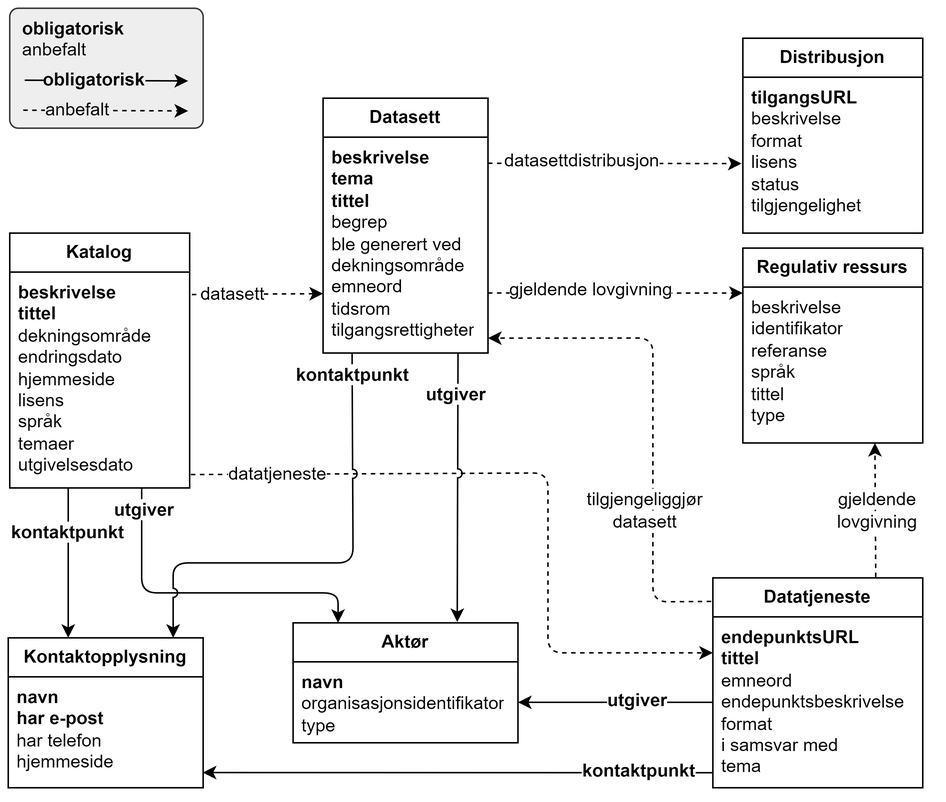
Earlier version of the draw.io export docs/images/DCAT-AP-NO-forenklet-fremstilling.png (Informasjonsforvaltning/dcat-ap-no). Source tidied: cells renumbered, new cells last; positions are measured from the earlier drawing's top-left corner, leaving out a move shared by most shapes.
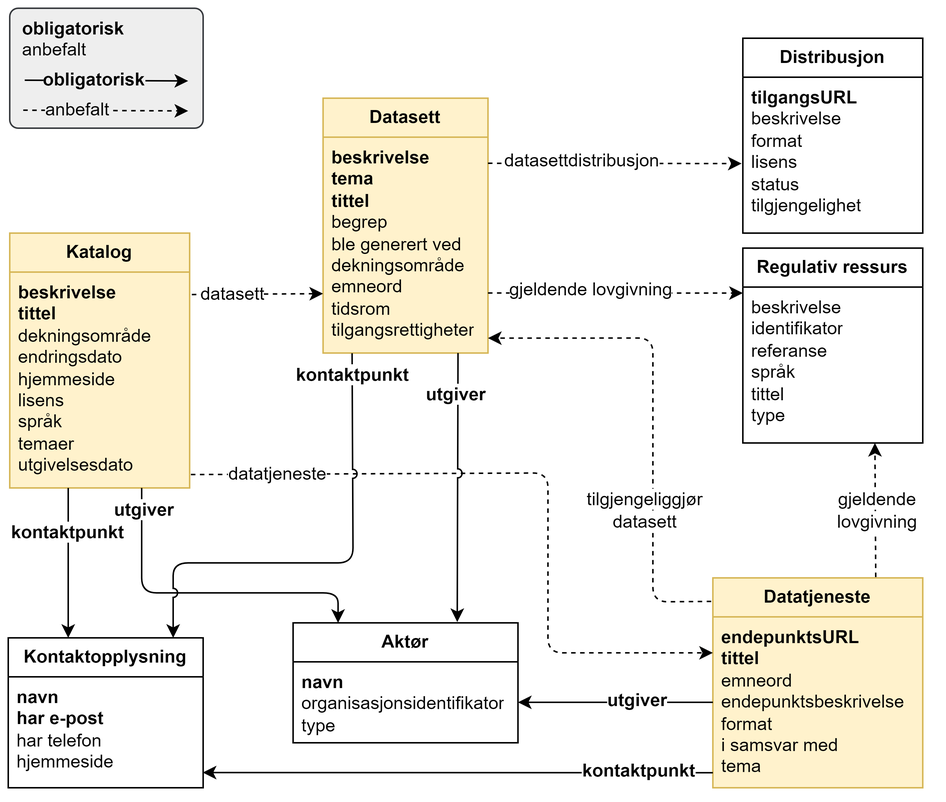
The same file after the commit.

Commit message:
Finjusterer Forenklet fremstilling-kapitlet

What changed in the source:
```diff
@@ -2,10 +2,10 @@
   <root>
     <mxCell id="0" />
     <mxCell id="1" parent="0" />
-    <mxCell id="2" value="&lt;b&gt;Katalog&lt;/b&gt;" style="swimlane;fontStyle=0;horizontal=1;startSize=26;fillColor=none;whiteSpace=wrap;html=1;" parent="1" vertex="1">
+    <mxCell id="2" value="&lt;b&gt;Katalog&lt;/b&gt;" style="swimlane;fontStyle=0;horizontal=1;startSize=26;fillColor=#fff2cc;whiteSpace=wrap;html=1;strokeColor=#d6b656;" parent="1" vertex="1">
       <mxGeometry x="1" y="150" width="120" height="170" as="geometry" />
     </mxCell>
-    <mxCell id="3" value="&lt;div style=&quot;&quot;&gt;&lt;span style=&quot;background-color: rgb(255, 255, 255);&quot;&gt;&lt;b&gt;beskrivelse&lt;/b&gt;&lt;/span&gt;&lt;/div&gt;&lt;div style=&quot;&quot;&gt;&lt;b&gt;tittel&lt;/b&gt;&lt;/div&gt;&lt;div style=&quot;&quot;&gt;&lt;span style=&quot;background-color: rgb(255, 255, 255);&quot;&gt;dekningsområde&lt;/span&gt;&lt;br&gt;&lt;/div&gt;&lt;div style=&quot;&quot;&gt;&lt;span style=&quot;background-color: rgb(255, 255, 255);&quot;&gt;endringsdato&lt;/span&gt;&lt;/div&gt;&lt;div style=&quot;&quot;&gt;&lt;span style=&quot;background-color: rgb(255, 255, 255);&quot;&gt;hjemmeside&lt;/span&gt;&lt;/div&gt;&lt;div style=&quot;&quot;&gt;&lt;span style=&quot;background-color: rgb(255, 255, 255);&quot;&gt;lisens&lt;/span&gt;&lt;/div&gt;&lt;div style=&quot;&quot;&gt;&lt;span style=&quot;background-color: rgb(255, 255, 255);&quot;&gt;språk&lt;/span&gt;&lt;/div&gt;&lt;div style=&quot;&quot;&gt;&lt;span style=&quot;background-color: rgb(255, 255, 255);&quot;&gt;temaer&lt;/span&gt;&lt;/div&gt;&lt;div style=&quot;&quot;&gt;&lt;span style=&quot;background-color: rgb(255, 255, 255);&quot;&gt;utgivelsesdato&lt;/span&gt;&lt;/div&gt;" style="text;strokeColor=none;fillColor=none;align=left;verticalAlign=top;spacingLeft=4;spacingRight=4;overflow=hidden;points=[[0,0.5],[1,0.5]];portConstraint=eastwest;whiteSpace=wrap;html=1;" parent="2" vertex="1">
+    <mxCell id="3" value="&lt;div style=&quot;&quot;&gt;&lt;b style=&quot;&quot;&gt;beskrivelse&lt;/b&gt;&lt;/div&gt;&lt;div style=&quot;&quot;&gt;&lt;b&gt;tittel&lt;/b&gt;&lt;/div&gt;&lt;div style=&quot;&quot;&gt;dekningsområde&lt;br&gt;&lt;/div&gt;&lt;div style=&quot;&quot;&gt;endringsdato&lt;/div&gt;&lt;div style=&quot;&quot;&gt;hjemmeside&lt;/div&gt;&lt;div style=&quot;&quot;&gt;lisens&lt;/div&gt;&lt;div style=&quot;&quot;&gt;språk&lt;/div&gt;&lt;div style=&quot;&quot;&gt;temaer&lt;/div&gt;&lt;div style=&quot;&quot;&gt;utgivelsesdato&lt;/div&gt;" style="text;strokeColor=#d6b656;fillColor=#fff2cc;align=left;verticalAlign=top;spacingLeft=4;spacingRight=4;overflow=hidden;points=[[0,0.5],[1,0.5]];portConstraint=eastwest;whiteSpace=wrap;html=1;" parent="2" vertex="1">
       <mxGeometry y="26" width="120" height="144" as="geometry" />
     </mxCell>
     <mxCell id="4" value="&lt;b&gt;Kontaktopplysning&lt;/b&gt;" style="swimlane;fontStyle=0;horizontal=1;startSize=26;fillColor=none;whiteSpace=wrap;html=1;" parent="1" vertex="1">
@@ -42,16 +42,16 @@
     <mxCell id="11" value="&lt;div&gt;&lt;span style=&quot;background-color: rgb(255, 255, 255);&quot;&gt;&lt;b&gt;utgiver&lt;/b&gt;&lt;/span&gt;&lt;/div&gt;" style="text;html=1;align=center;verticalAlign=middle;whiteSpace=wrap;rounded=0;" parent="1" vertex="1">
       <mxGeometry x="61" y="330" width="60" height="10" as="geometry" />
     </mxCell>
-    <mxCell id="12" value="&lt;b&gt;Datasett&lt;/b&gt;" style="swimlane;fontStyle=0;horizontal=1;startSize=26;fillColor=none;whiteSpace=wrap;html=1;" parent="1" vertex="1">
+    <mxCell id="12" value="&lt;b&gt;Datasett&lt;/b&gt;" style="swimlane;fontStyle=0;horizontal=1;startSize=26;fillColor=#fff2cc;whiteSpace=wrap;html=1;strokeColor=#d6b656;" parent="1" vertex="1">
       <mxGeometry x="210" y="60" width="110" height="170" as="geometry" />
     </mxCell>
-    <mxCell id="13" value="&lt;div style=&quot;&quot;&gt;&lt;span style=&quot;background-color: rgb(255, 255, 255);&quot;&gt;&lt;b&gt;beskrivelse&lt;/b&gt;&lt;/span&gt;&lt;/div&gt;&lt;div style=&quot;&quot;&gt;&lt;span style=&quot;background-color: rgb(255, 255, 255);&quot;&gt;&lt;b&gt;tema&lt;/b&gt;&lt;/span&gt;&lt;/div&gt;&lt;div style=&quot;&quot;&gt;&lt;b&gt;tittel&lt;/b&gt;&lt;/div&gt;&lt;div style=&quot;&quot;&gt;&lt;span style=&quot;background-color: rgb(255, 255, 255);&quot;&gt;begrep&lt;/span&gt;&lt;br&gt;&lt;/div&gt;&lt;div style=&quot;&quot;&gt;&lt;span style=&quot;background-color: rgb(255, 255, 255);&quot;&gt;ble generert ved&lt;/span&gt;&lt;/div&gt;&lt;div style=&quot;&quot;&gt;&lt;span style=&quot;background-color: rgb(255, 255, 255);&quot;&gt;dekningsområde&lt;/span&gt;&lt;/div&gt;&lt;div style=&quot;&quot;&gt;&lt;span style=&quot;background-color: rgb(255, 255, 255);&quot;&gt;emneord&lt;/span&gt;&lt;/div&gt;&lt;div style=&quot;&quot;&gt;&lt;span style=&quot;background-color: rgb(255, 255, 255);&quot;&gt;tidsrom&lt;/span&gt;&lt;/div&gt;&lt;div style=&quot;&quot;&gt;&lt;span style=&quot;background-color: rgb(255, 255, 255);&quot;&gt;tilgangsrettigheter&lt;/span&gt;&lt;/div&gt;" style="text;strokeColor=none;fillColor=none;align=left;verticalAlign=top;spacingLeft=4;spacingRight=4;overflow=hidden;points=[[0,0.5],[1,0.5]];portConstraint=eastwest;whiteSpace=wrap;html=1;" parent="12" vertex="1">
+    <mxCell id="13" value="&lt;div style=&quot;&quot;&gt;&lt;b style=&quot;&quot;&gt;beskrivelse&lt;/b&gt;&lt;/div&gt;&lt;div style=&quot;&quot;&gt;&lt;b&gt;tema&lt;/b&gt;&lt;/div&gt;&lt;div style=&quot;&quot;&gt;&lt;b&gt;tittel&lt;/b&gt;&lt;/div&gt;&lt;div style=&quot;&quot;&gt;begrep&lt;br&gt;&lt;/div&gt;&lt;div style=&quot;&quot;&gt;ble generert ved&lt;/div&gt;&lt;div style=&quot;&quot;&gt;dekningsområde&lt;/div&gt;&lt;div style=&quot;&quot;&gt;emneord&lt;/div&gt;&lt;div style=&quot;&quot;&gt;tidsrom&lt;/div&gt;&lt;div style=&quot;&quot;&gt;tilgangsrettigheter&lt;/div&gt;" style="text;strokeColor=#d6b656;fillColor=#fff2cc;align=left;verticalAlign=top;spacingLeft=4;spacingRight=4;overflow=hidden;points=[[0,0.5],[1,0.5]];portConstraint=eastwest;whiteSpace=wrap;html=1;" parent="12" vertex="1">
       <mxGeometry y="26" width="110" height="144" as="geometry" />
     </mxCell>
-    <mxCell id="14" value="&lt;b&gt;Datatjeneste&lt;/b&gt;" style="swimlane;fontStyle=0;horizontal=1;startSize=26;fillColor=none;whiteSpace=wrap;html=1;" parent="1" vertex="1">
+    <mxCell id="14" value="&lt;b&gt;Datatjeneste&lt;/b&gt;" style="swimlane;fontStyle=0;horizontal=1;startSize=26;fillColor=#fff2cc;whiteSpace=wrap;html=1;strokeColor=#d6b656;" parent="1" vertex="1">
       <mxGeometry x="470" y="380" width="140" height="140" as="geometry" />
     </mxCell>
-    <mxCell id="15" value="&lt;div style=&quot;&quot;&gt;&lt;span style=&quot;background-color: rgb(255, 255, 255);&quot;&gt;&lt;b&gt;endepunktsURL&lt;/b&gt;&lt;/span&gt;&lt;/div&gt;&lt;div style=&quot;&quot;&gt;&lt;span style=&quot;background-color: rgb(255, 255, 255);&quot;&gt;&lt;b&gt;tittel&lt;/b&gt;&lt;/span&gt;&lt;/div&gt;&lt;div style=&quot;&quot;&gt;&lt;span style=&quot;background-color: rgb(255, 255, 255);&quot;&gt;emneord&lt;/span&gt;&lt;br&gt;&lt;/div&gt;&lt;div style=&quot;&quot;&gt;&lt;span style=&quot;background-color: rgb(255, 255, 255);&quot;&gt;endepunktsbeskrivelse&lt;/span&gt;&lt;/div&gt;&lt;div style=&quot;&quot;&gt;&lt;span style=&quot;background-color: rgb(255, 255, 255);&quot;&gt;format&lt;/span&gt;&lt;/div&gt;&lt;div style=&quot;&quot;&gt;&lt;span style=&quot;background-color: rgb(255, 255, 255);&quot;&gt;i samsvar med&lt;/span&gt;&lt;/div&gt;&lt;div style=&quot;&quot;&gt;&lt;span style=&quot;background-color: rgb(255, 255, 255);&quot;&gt;tema&lt;/span&gt;&lt;/div&gt;" style="text;strokeColor=none;fillColor=none;align=left;verticalAlign=top;spacingLeft=4;spacingRight=4;overflow=hidden;points=[[0,0.5],[1,0.5]];portConstraint=eastwest;whiteSpace=wrap;html=1;" parent="14" vertex="1">
+    <mxCell id="15" value="&lt;div style=&quot;&quot;&gt;&lt;b style=&quot;&quot;&gt;endepunktsURL&lt;/b&gt;&lt;/div&gt;&lt;div style=&quot;&quot;&gt;&lt;b&gt;tittel&lt;/b&gt;&lt;/div&gt;&lt;div style=&quot;&quot;&gt;emneord&lt;br&gt;&lt;/div&gt;&lt;div style=&quot;&quot;&gt;endepunktsbeskrivelse&lt;/div&gt;&lt;div style=&quot;&quot;&gt;format&lt;/div&gt;&lt;div style=&quot;&quot;&gt;i samsvar med&lt;/div&gt;&lt;div style=&quot;&quot;&gt;tema&lt;/div&gt;" style="text;strokeColor=#d6b656;fillColor=#fff2cc;align=left;verticalAlign=top;spacingLeft=4;spacingRight=4;overflow=hidden;points=[[0,0.5],[1,0.5]];portConstraint=eastwest;whiteSpace=wrap;html=1;" parent="14" vertex="1">
       <mxGeometry y="26" width="140" height="114" as="geometry" />
     </mxCell>
     <mxCell id="16" style="endArrow=classic;html=1;rounded=0;exitX=1.012;exitY=0.104;exitDx=0;exitDy=0;exitPerimeter=0;entryX=0;entryY=0.725;entryDx=0;entryDy=0;entryPerimeter=0;dashed=1;" parent="1" edge="1" source="3" target="13">
```
